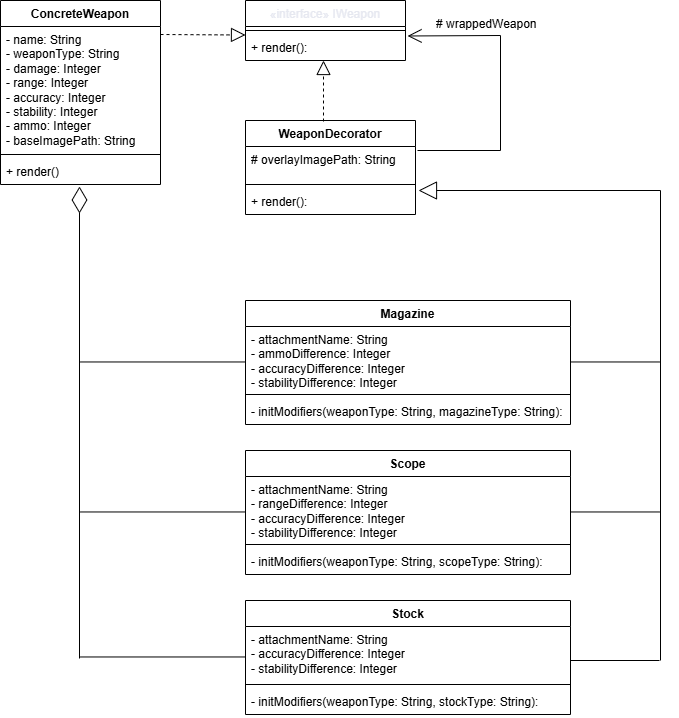
eksbatuk/Object-oriented-analysis-and-design-2 keeps this draw.io diagram as lab02/ClassDiagram.png. Above is the earlier version. Source tidied: cells renumbered, new cells last; positions are measured from the earlier drawing's top-left corner, leaving out a move shared by most shapes.
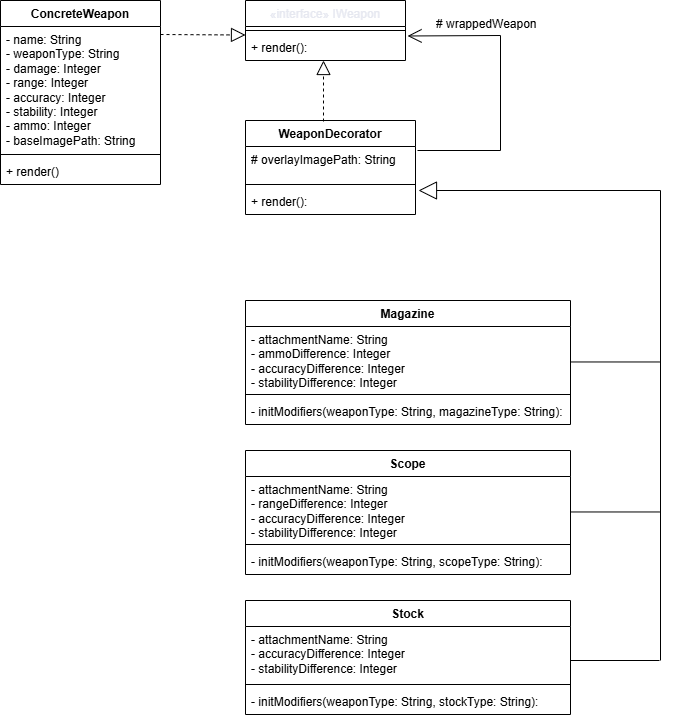
The same file after the commit.

The edit, as a diff of the source:
```diff
@@ -125,29 +125,5 @@
     <mxCell id="33" value="# wrappedWeapon" style="text;strokeColor=none;fillColor=none;align=left;verticalAlign=top;spacingLeft=4;spacingRight=4;overflow=hidden;whiteSpace=wrap;html=1;" parent="1" vertex="1">
       <mxGeometry x="430" y="10" width="120" height="26" as="geometry" />
     </mxCell>
-    <mxCell id="34" style="endArrow=diamondThin;endFill=0;endSize=24;html=1;rounded=0;" parent="1" edge="1">
-      <mxGeometry relative="1" as="geometry">
-        <mxPoint x="79" y="658" as="sourcePoint" />
-        <mxPoint x="79" y="186" as="targetPoint" />
-      </mxGeometry>
-    </mxCell>
-    <mxCell id="35" style="endArrow=none;html=1;rounded=0;" parent="1" edge="1">
-      <mxGeometry relative="1" as="geometry">
-        <mxPoint x="80" y="656.5" as="sourcePoint" />
-        <mxPoint x="245" y="656.5" as="targetPoint" />
-      </mxGeometry>
-    </mxCell>
-    <mxCell id="36" style="endArrow=none;html=1;rounded=0;" parent="1" edge="1">
-      <mxGeometry relative="1" as="geometry">
-        <mxPoint x="80" y="511.5" as="sourcePoint" />
-        <mxPoint x="245" y="511.5" as="targetPoint" />
-      </mxGeometry>
-    </mxCell>
-    <mxCell id="37" style="endArrow=none;html=1;rounded=0;" parent="1" edge="1">
-      <mxGeometry relative="1" as="geometry">
-        <mxPoint x="80" y="361.5" as="sourcePoint" />
-        <mxPoint x="245" y="361.5" as="targetPoint" />
-      </mxGeometry>
-    </mxCell>
   </root>
 </mxGraphModel>
```
